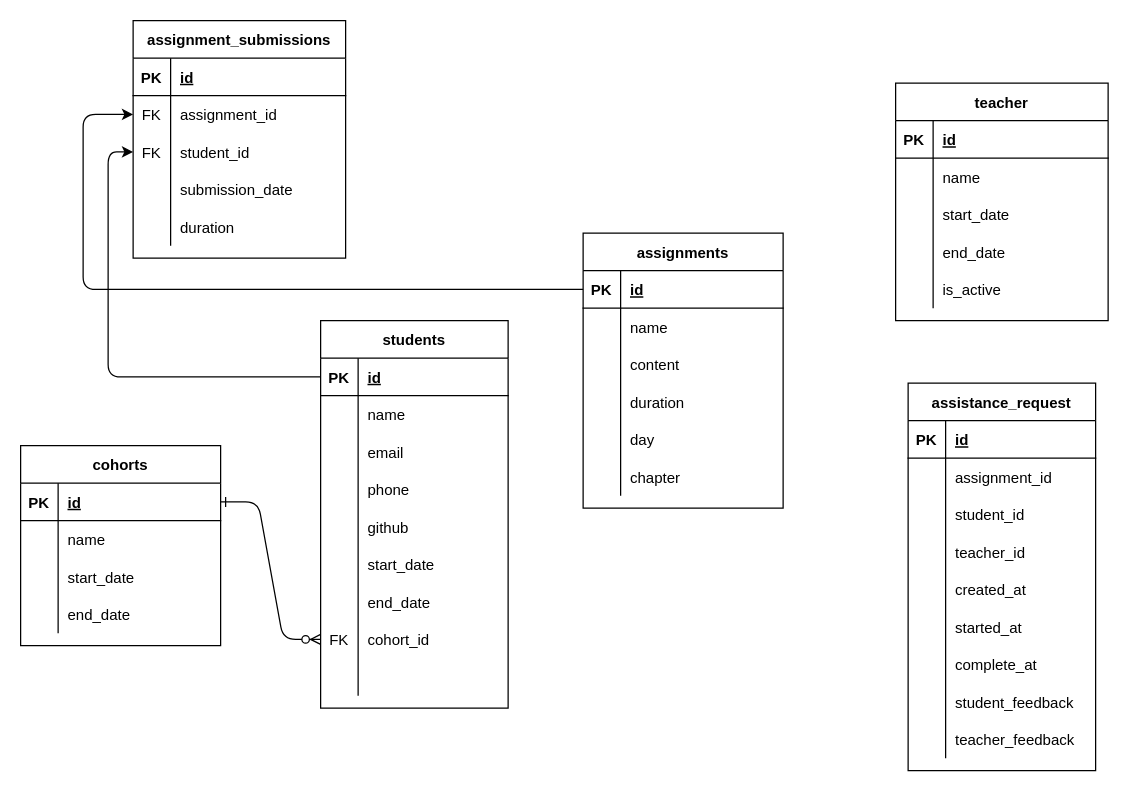
The draw.io diagram migrations/ERD.drawio in stevenls811118/BootcampX, before the edit. Source tidied: cells renumbered, new cells numbered last; positions are measured from the earlier drawing's top-left corner, leaving out a move shared by most shapes. Both pictures are drawn from the tidied source at 125%, with x=0, y=0 at pixel (20, 20).
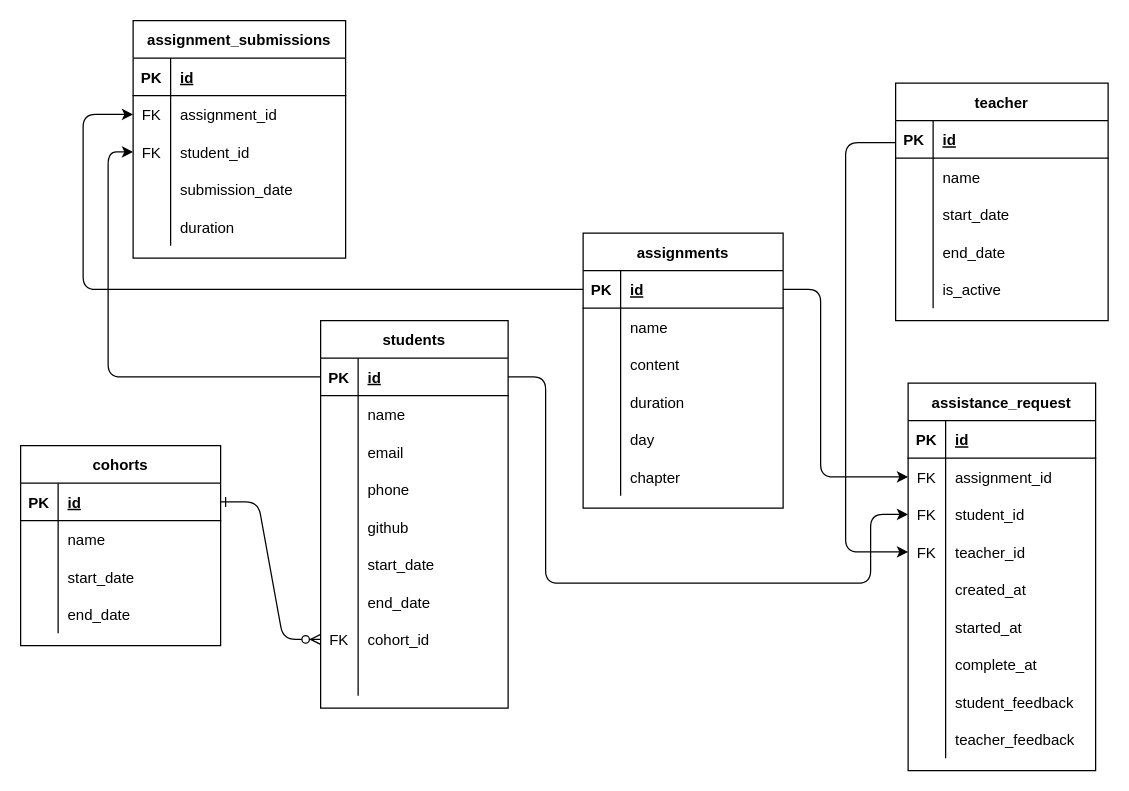
The same diagram, later.

Unchanged cells that the change refers to:
```xml
<mxCell id="4" style="shape=partialRectangle;fillColor=none;points=[[0,0.5],[1,0.5]];portConstraint=eastwest;top=0;left=0;right=0;bottom=1;" parent="3" vertex="1">
  <mxGeometry y="30" width="150" height="30" as="geometry" />
</mxCell>
<mxCell id="32" style="shape=partialRectangle;fillColor=none;points=[[0,0.5],[1,0.5]];portConstraint=eastwest;top=0;left=0;right=0;bottom=1;" parent="31" vertex="1">
  <mxGeometry y="30" width="160" height="30" as="geometry" />
</mxCell>
<mxCell id="81" value="teacher" style="shape=table;startSize=30;childLayout=tableLayout;rowLines=0;fontStyle=1;align=center;" parent="1" vertex="1">
  <mxGeometry x="700" y="50" width="170" height="190" as="geometry" />
</mxCell>
<mxCell id="101" style="shape=partialRectangle;fillColor=none;points=[[0,0.5],[1,0.5]];portConstraint=eastwest;top=0;left=0;right=0;bottom=0;" parent="97" vertex="1">
  <mxGeometry y="60" width="150" height="30" as="geometry" />
</mxCell>
<mxCell id="104" style="shape=partialRectangle;fillColor=none;points=[[0,0.5],[1,0.5]];portConstraint=eastwest;top=0;left=0;right=0;bottom=0;" parent="97" vertex="1">
  <mxGeometry y="90" width="150" height="30" as="geometry" />
</mxCell>
<mxCell id="107" style="shape=partialRectangle;fillColor=none;points=[[0,0.5],[1,0.5]];portConstraint=eastwest;top=0;left=0;right=0;bottom=0;" parent="97" vertex="1">
  <mxGeometry y="120" width="150" height="30" as="geometry" />
</mxCell>
```

Change to the diagram source:
```diff
@@
+    <mxCell id="125" style="edgeStyle=orthogonalEdgeStyle;rounded=1;jettySize=auto;html=1;exitX=0;exitY=0.25;exitDx=0;exitDy=0;entryX=0;entryY=0.5;entryDx=0;entryDy=0;startFill=0;endFill=1;" parent="1" edge="1" source="81" target="107">
+      <mxGeometry relative="1" as="geometry">
+        <Array as="points">
+          <mxPoint x="660" y="98" />
+          <mxPoint x="660" y="425" />
+        </Array>
+      </mxGeometry>
+    </mxCell>
@@
-    <mxCell id="102" style="shape=partialRectangle;overflow=hidden;fillColor=none;top=0;left=0;bottom=0;right=0;" parent="101" vertex="1">
+    <mxCell id="102" value="FK" style="shape=partialRectangle;overflow=hidden;fillColor=none;top=0;left=0;bottom=0;right=0;" parent="101" vertex="1">
       <mxGeometry width="30" height="30" as="geometry" />
     </mxCell>
@@
-    <mxCell id="105" style="shape=partialRectangle;overflow=hidden;fillColor=none;top=0;left=0;bottom=0;right=0;" parent="104" vertex="1">
+    <mxCell id="105" value="FK" style="shape=partialRectangle;overflow=hidden;fillColor=none;top=0;left=0;bottom=0;right=0;" parent="104" vertex="1">
       <mxGeometry width="30" height="30" as="geometry" />
     </mxCell>
@@
-    <mxCell id="108" style="shape=partialRectangle;overflow=hidden;fillColor=none;top=0;left=0;bottom=0;right=0;" parent="107" vertex="1">
+    <mxCell id="108" value="FK" style="shape=partialRectangle;overflow=hidden;fillColor=none;top=0;left=0;bottom=0;right=0;" parent="107" vertex="1">
       <mxGeometry width="30" height="30" as="geometry" />
     </mxCell>
@@
+    <mxCell id="126" style="edgeStyle=orthogonalEdgeStyle;rounded=1;jettySize=auto;html=1;startFill=0;endFill=1;entryX=0;entryY=0.5;entryDx=0;entryDy=0;exitX=1;exitY=0.5;exitDx=0;exitDy=0;" parent="1" edge="1" source="4" target="104">
+      <mxGeometry relative="1" as="geometry">
+        <Array as="points">
+          <mxPoint x="420" y="285" />
+          <mxPoint x="420" y="450" />
+          <mxPoint x="680" y="450" />
+          <mxPoint x="680" y="395" />
+        </Array>
+      </mxGeometry>
+    </mxCell>
+    <mxCell id="127" style="edgeStyle=orthogonalEdgeStyle;rounded=1;jettySize=auto;html=1;exitX=1;exitY=0.5;exitDx=0;exitDy=0;entryX=0;entryY=0.5;entryDx=0;entryDy=0;startFill=0;endFill=1;" parent="1" edge="1" source="32" target="101">
+      <mxGeometry relative="1" as="geometry">
+        <Array as="points">
+          <mxPoint x="640" y="215" />
+          <mxPoint x="640" y="365" />
+        </Array>
+      </mxGeometry>
+    </mxCell>
```
